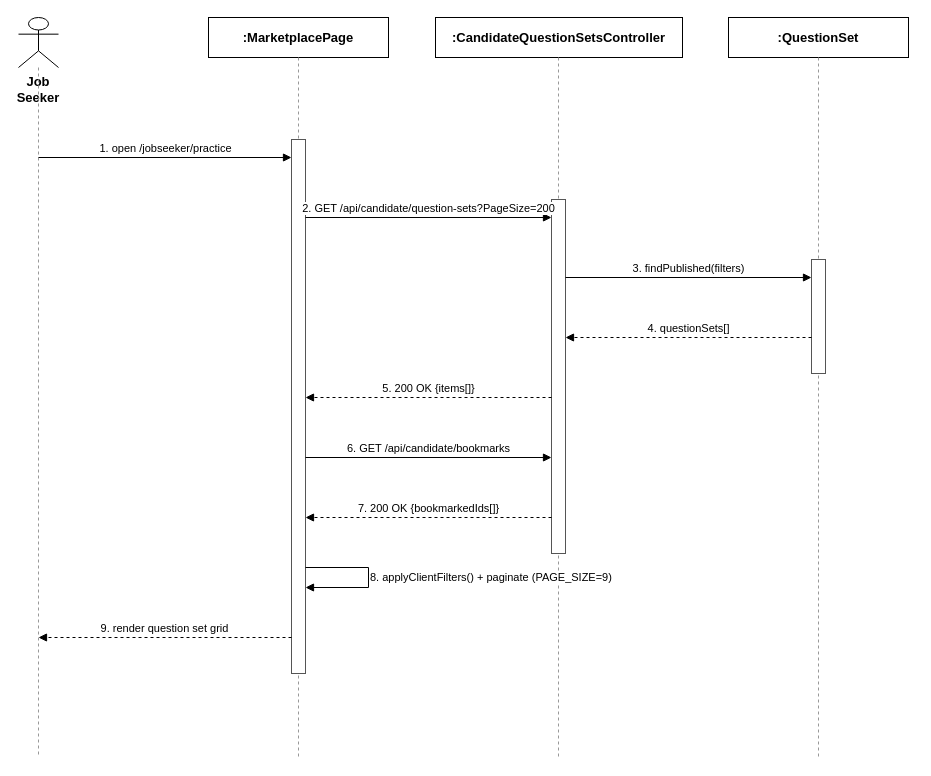
Before: docs/qa/Tu_SequenceDiagram/01_Browse_Question_Sets.drawio in tulklk/AI_Interview_Question_Generation_RAG_LLM_FE, a draw.io diagram. Source tidied: cells renumbered, new cells numbered last; positions are measured from the earlier drawing's top-left corner, leaving out a move shared by most shapes. Both pictures are drawn from the tidied source at 100%, with x=0, y=0 at pixel (18, 17).
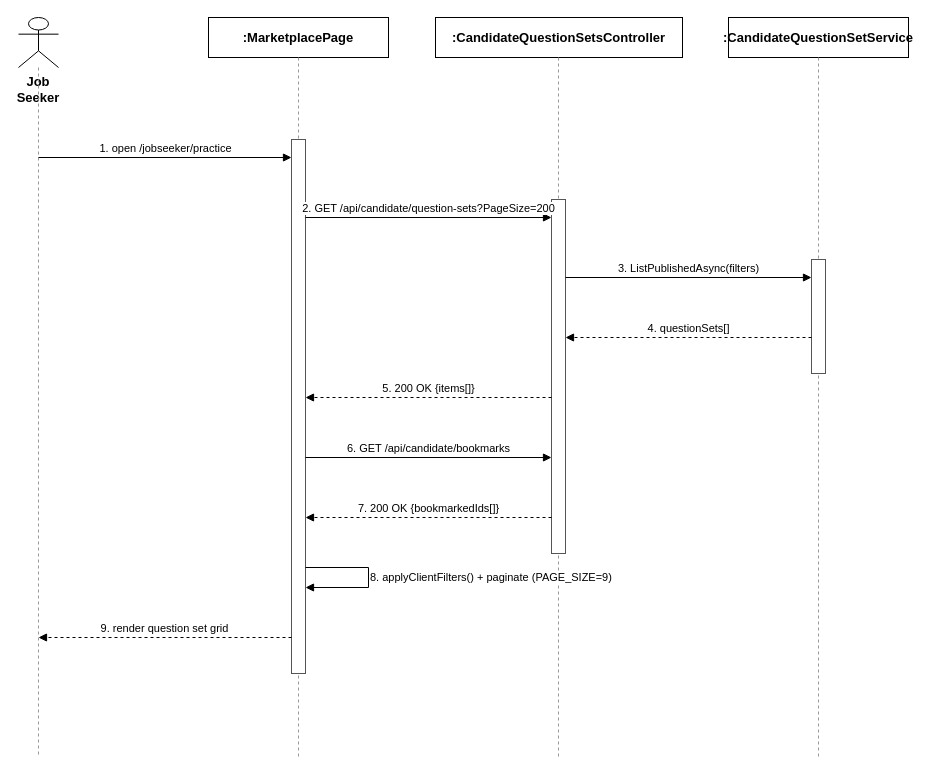
The same page after the edit.

The edit, as a diff of the source:
```diff
@@
-    <mxCell id="8" value=":QuestionSet" style="rounded=0;whiteSpace=wrap;html=1;fontSize=13;fillColor=#ffffff;strokeColor=#000000;fontStyle=1;" parent="1" vertex="1">
+    <mxCell id="8" value=":CandidateQuestionSetService" style="rounded=0;whiteSpace=wrap;html=1;fontSize=13;fillColor=#ffffff;strokeColor=#000000;fontStyle=1;" parent="1" vertex="1">
       <mxGeometry x="710" width="180" height="40" as="geometry" />
     </mxCell>
@@
-    <mxCell id="15" value="3. findPublished(filters)" style="endArrow=block;endFill=1;html=1;fontSize=11;align=center;verticalAlign=bottom;labelBackgroundColor=#ffffff;strokeColor=#000000;" parent="1" edge="1">
+    <mxCell id="15" value="3. ListPublishedAsync(filters)" style="endArrow=block;endFill=1;html=1;fontSize=11;align=center;verticalAlign=bottom;labelBackgroundColor=#ffffff;strokeColor=#000000;" parent="1" edge="1">
       <mxGeometry relative="1" as="geometry">
         <mxPoint x="547" y="260" as="sourcePoint" />
         <mxPoint x="793" y="260" as="targetPoint" />
       </mxGeometry>
     </mxCell>
```
